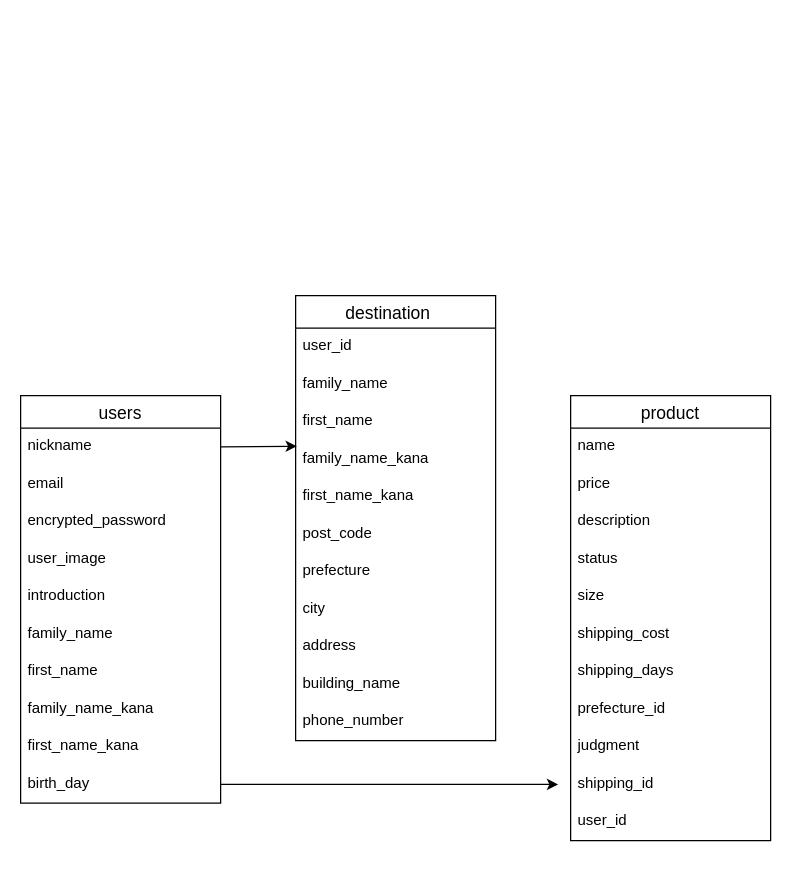
This is furima.dio from 123yuki/furima-37850, a draw.io file, before an edit. Source tidied: cells renumbered, new cells numbered last; positions are measured from the earlier drawing's top-left corner, leaving out a move shared by most shapes. Both pictures are drawn from the tidied source at 125%, with x=0, y=0 at pixel (20, 295).
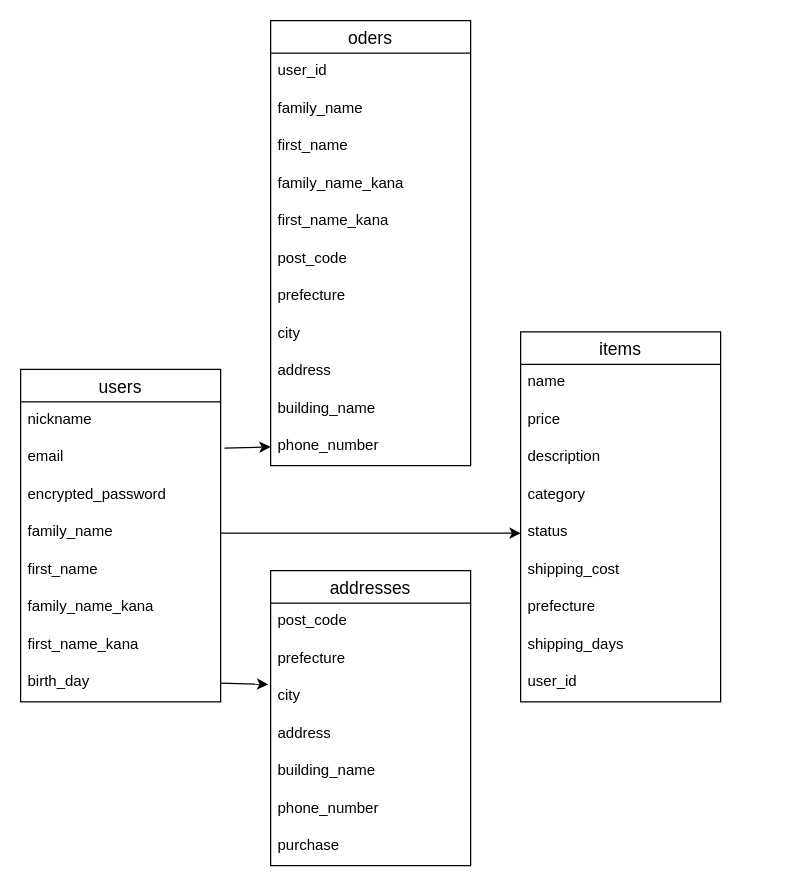
After the change.

Commit message (it also covers changes not shown here):
データベース設計の編集.001

The change refers to these unchanged cells:
```xml
<mxCell id="5" value="nickname" style="text;strokeColor=none;fillColor=none;spacingLeft=4;spacingRight=4;overflow=hidden;points=[[0,0.5],[1,0.5]];portConstraint=eastwest;fontSize=12;" parent="4" vertex="1">
  <mxGeometry y="26" width="160" height="30" as="geometry" />
</mxCell>
<mxCell id="6" value="email" style="text;strokeColor=none;fillColor=none;spacingLeft=4;spacingRight=4;overflow=hidden;points=[[0,0.5],[1,0.5]];portConstraint=eastwest;fontSize=12;" parent="4" vertex="1">
  <mxGeometry y="56" width="160" height="30" as="geometry" />
</mxCell>
<mxCell id="19" value="family_name_kana" style="text;strokeColor=none;fillColor=none;spacingLeft=4;spacingRight=4;overflow=hidden;points=[[0,0.5],[1,0.5]];portConstraint=eastwest;fontSize=12;" parent="15" vertex="1">
  <mxGeometry y="116" width="160" height="30" as="geometry" />
</mxCell>
<mxCell id="26" value="phone_number" style="text;strokeColor=none;fillColor=none;spacingLeft=4;spacingRight=4;overflow=hidden;points=[[0,0.5],[1,0.5]];portConstraint=eastwest;fontSize=12;" parent="15" vertex="1">
  <mxGeometry y="326" width="160" height="30" as="geometry" />
</mxCell>
```

The edit, as a diff of the source:
```diff
@@
-    <mxCell id="2" style="edgeStyle=none;html=1;exitX=1;exitY=0.5;exitDx=0;exitDy=0;entryX=0.006;entryY=0.15;entryDx=0;entryDy=0;entryPerimeter=0;" parent="1" edge="1" source="5" target="19">
+    <mxCell id="2" style="edgeStyle=none;html=1;exitX=1.019;exitY=0.233;exitDx=0;exitDy=0;entryX=0;entryY=0.5;entryDx=0;entryDy=0;exitPerimeter=0;" parent="1" edge="1" source="6" target="26">
       <mxGeometry relative="1" as="geometry" />
     </mxCell>
-    <mxCell id="3" style="edgeStyle=none;html=1;exitX=1;exitY=0.5;exitDx=0;exitDy=0;" parent="1" edge="1" source="14">
-      <mxGeometry relative="1" as="geometry">
-        <mxPoint x="430" y="391" as="targetPoint" />
-      </mxGeometry>
+    <mxCell id="3" style="edgeStyle=none;html=1;exitX=1;exitY=0.5;exitDx=0;exitDy=0;entryX=0;entryY=0.5;entryDx=0;entryDy=0;" parent="1" edge="1" source="10" target="31">
+      <mxGeometry relative="1" as="geometry" />
     </mxCell>
+    <mxCell id="39" style="edgeStyle=none;html=1;exitX=1;exitY=0.5;exitDx=0;exitDy=0;entryX=-0.012;entryY=0.167;entryDx=0;entryDy=0;entryPerimeter=0;" parent="1" edge="1" source="14" target="43">
+      <mxGeometry relative="1" as="geometry" />
+    </mxCell>
     <mxCell id="4" value="users" style="swimlane;fontStyle=0;horizontal=1;startSize=26;align=center;fontSize=14;" parent="1" vertex="1">
-      <mxGeometry y="80" width="160" height="326" as="geometry" />
+      <mxGeometry y="59" width="160" height="266" as="geometry" />
     </mxCell>
@@
-    <mxCell id="8" value="user_image" style="text;strokeColor=none;fillColor=none;spacingLeft=4;spacingRight=4;overflow=hidden;fontSize=12;" parent="4" vertex="1">
-      <mxGeometry y="116" width="160" height="30" as="geometry" />
-    </mxCell>
-    <mxCell id="9" value="introduction" style="text;strokeColor=none;fillColor=none;spacingLeft=4;spacingRight=4;overflow=hidden;fontSize=12;" parent="4" vertex="1">
-      <mxGeometry y="146" width="160" height="30" as="geometry" />
-    </mxCell>
     <mxCell id="10" value="family_name" style="text;strokeColor=none;fillColor=none;spacingLeft=4;spacingRight=4;overflow=hidden;points=[[0,0.5],[1,0.5]];portConstraint=eastwest;fontSize=12;" parent="4" vertex="1">
-      <mxGeometry y="176" width="160" height="30" as="geometry" />
+      <mxGeometry y="116" width="160" height="30" as="geometry" />
     </mxCell>
     <mxCell id="11" value="first_name" style="text;strokeColor=none;fillColor=none;spacingLeft=4;spacingRight=4;overflow=hidden;fontSize=12;" parent="4" vertex="1">
-      <mxGeometry y="206" width="160" height="30" as="geometry" />
+      <mxGeometry y="146" width="160" height="30" as="geometry" />
     </mxCell>
     <mxCell id="12" value="family_name_kana" style="text;strokeColor=none;fillColor=none;spacingLeft=4;spacingRight=4;overflow=hidden;fontSize=12;" parent="4" vertex="1">
-      <mxGeometry y="236" width="160" height="30" as="geometry" />
+      <mxGeometry y="176" width="160" height="30" as="geometry" />
     </mxCell>
     <mxCell id="13" value="first_name_kana" style="text;strokeColor=none;fillColor=none;spacingLeft=4;spacingRight=4;overflow=hidden;fontSize=12;" parent="4" vertex="1">
-      <mxGeometry y="266" width="160" height="30" as="geometry" />
+      <mxGeometry y="206" width="160" height="30" as="geometry" />
     </mxCell>
     <mxCell id="14" value="birth_day" style="text;strokeColor=none;fillColor=none;spacingLeft=4;spacingRight=4;overflow=hidden;points=[[0,0.5],[1,0.5]];portConstraint=eastwest;fontSize=12;" parent="4" vertex="1">
-      <mxGeometry y="296" width="160" height="30" as="geometry" />
+      <mxGeometry y="236" width="160" height="30" as="geometry" />
     </mxCell>
-    <mxCell id="15" value="destination   " style="swimlane;fontStyle=0;horizontal=1;startSize=26;align=center;fontSize=14;" parent="1" vertex="1">
-      <mxGeometry x="220" width="160" height="356" as="geometry" />
+    <mxCell id="15" value="oders" style="swimlane;fontStyle=0;horizontal=1;startSize=26;align=center;fontSize=14;" parent="1" vertex="1">
+      <mxGeometry x="200" y="-220" width="160" height="356" as="geometry" />
     </mxCell>
@@
-    <mxCell id="27" value="product" style="swimlane;fontStyle=0;horizontal=1;startSize=26;align=center;fontSize=14;" parent="1" vertex="1">
-      <mxGeometry x="440" y="80" width="160" height="356" as="geometry" />
+    <mxCell id="27" value="items" style="swimlane;fontStyle=0;horizontal=1;startSize=26;align=center;fontSize=14;" parent="1" vertex="1">
+      <mxGeometry x="400" y="29" width="160" height="296" as="geometry" />
     </mxCell>
@@
+    <mxCell id="32" value="category" style="text;strokeColor=none;fillColor=none;spacingLeft=4;spacingRight=4;overflow=hidden;fontSize=12;" parent="27" vertex="1">
+      <mxGeometry y="116" width="160" height="30" as="geometry" />
+    </mxCell>
     <mxCell id="31" value="status" style="text;strokeColor=none;fillColor=none;spacingLeft=4;spacingRight=4;overflow=hidden;points=[[0,0.5],[1,0.5]];portConstraint=eastwest;fontSize=12;" parent="27" vertex="1">
-      <mxGeometry y="116" width="160" height="30" as="geometry" />
+      <mxGeometry y="146" width="160" height="30" as="geometry" />
     </mxCell>
-    <mxCell id="32" value="size" style="text;strokeColor=none;fillColor=none;spacingLeft=4;spacingRight=4;overflow=hidden;fontSize=12;" parent="27" vertex="1">
-      <mxGeometry y="146" width="160" height="30" as="geometry" />
-    </mxCell>
@@
+    <mxCell id="35" value="prefecture" style="text;strokeColor=none;fillColor=none;spacingLeft=4;spacingRight=4;overflow=hidden;fontSize=12;" parent="27" vertex="1">
+      <mxGeometry y="206" width="160" height="30" as="geometry" />
+    </mxCell>
     <mxCell id="34" value="shipping_days" style="text;strokeColor=none;fillColor=none;spacingLeft=4;spacingRight=4;overflow=hidden;fontSize=12;" parent="27" vertex="1">
-      <mxGeometry y="206" width="160" height="30" as="geometry" />
+      <mxGeometry y="236" width="160" height="30" as="geometry" />
     </mxCell>
-    <mxCell id="35" value="prefecture_id" style="text;strokeColor=none;fillColor=none;spacingLeft=4;spacingRight=4;overflow=hidden;fontSize=12;" parent="27" vertex="1">
-      <mxGeometry y="236" width="160" height="30" as="geometry" />
-    </mxCell>
-    <mxCell id="36" value="judgment" style="text;strokeColor=none;fillColor=none;spacingLeft=4;spacingRight=4;overflow=hidden;fontSize=12;" parent="27" vertex="1">
-      <mxGeometry y="266" width="160" height="30" as="geometry" />
-    </mxCell>
-    <mxCell id="37" value="shipping_id" style="text;strokeColor=none;fillColor=none;spacingLeft=4;spacingRight=4;overflow=hidden;fontSize=12;" parent="27" vertex="1">
-      <mxGeometry y="296" width="160" height="30" as="geometry" />
-    </mxCell>
     <mxCell id="38" value="user_id" style="text;strokeColor=none;fillColor=none;spacingLeft=4;spacingRight=4;overflow=hidden;fontSize=12;" parent="27" vertex="1">
-      <mxGeometry y="326" width="160" height="30" as="geometry" />
+      <mxGeometry y="266" width="160" height="30" as="geometry" />
     </mxCell>
+    <mxCell id="40" value="addresses" style="swimlane;fontStyle=0;horizontal=1;startSize=26;align=center;fontSize=14;" parent="1" vertex="1">
+      <mxGeometry x="200" y="220" width="160" height="236" as="geometry" />
+    </mxCell>
+    <mxCell id="41" value="post_code" style="text;strokeColor=none;fillColor=none;spacingLeft=4;spacingRight=4;overflow=hidden;fontSize=12;" parent="40" vertex="1">
+      <mxGeometry y="26" width="160" height="30" as="geometry" />
+    </mxCell>
+    <mxCell id="42" value="prefecture" style="text;strokeColor=none;fillColor=none;spacingLeft=4;spacingRight=4;overflow=hidden;fontSize=12;" parent="40" vertex="1">
+      <mxGeometry y="56" width="160" height="30" as="geometry" />
+    </mxCell>
+    <mxCell id="43" value="city" style="text;strokeColor=none;fillColor=none;spacingLeft=4;spacingRight=4;overflow=hidden;points=[[0,0.5],[1,0.5]];portConstraint=eastwest;fontSize=12;" parent="40" vertex="1">
+      <mxGeometry y="86" width="160" height="30" as="geometry" />
+    </mxCell>
+    <mxCell id="44" value="address" style="text;strokeColor=none;fillColor=none;spacingLeft=4;spacingRight=4;overflow=hidden;fontSize=12;" parent="40" vertex="1">
+      <mxGeometry y="116" width="160" height="30" as="geometry" />
+    </mxCell>
+    <mxCell id="45" value="building_name" style="text;strokeColor=none;fillColor=none;spacingLeft=4;spacingRight=4;overflow=hidden;fontSize=12;" parent="40" vertex="1">
+      <mxGeometry y="146" width="160" height="30" as="geometry" />
+    </mxCell>
+    <mxCell id="46" value="phone_number" style="text;strokeColor=none;fillColor=none;spacingLeft=4;spacingRight=4;overflow=hidden;fontSize=12;" parent="40" vertex="1">
+      <mxGeometry y="176" width="160" height="30" as="geometry" />
+    </mxCell>
+    <mxCell id="47" value="purchase" style="text;strokeColor=none;fillColor=none;spacingLeft=4;spacingRight=4;overflow=hidden;fontSize=12;" parent="40" vertex="1">
+      <mxGeometry y="206" width="160" height="30" as="geometry" />
+    </mxCell>
```
